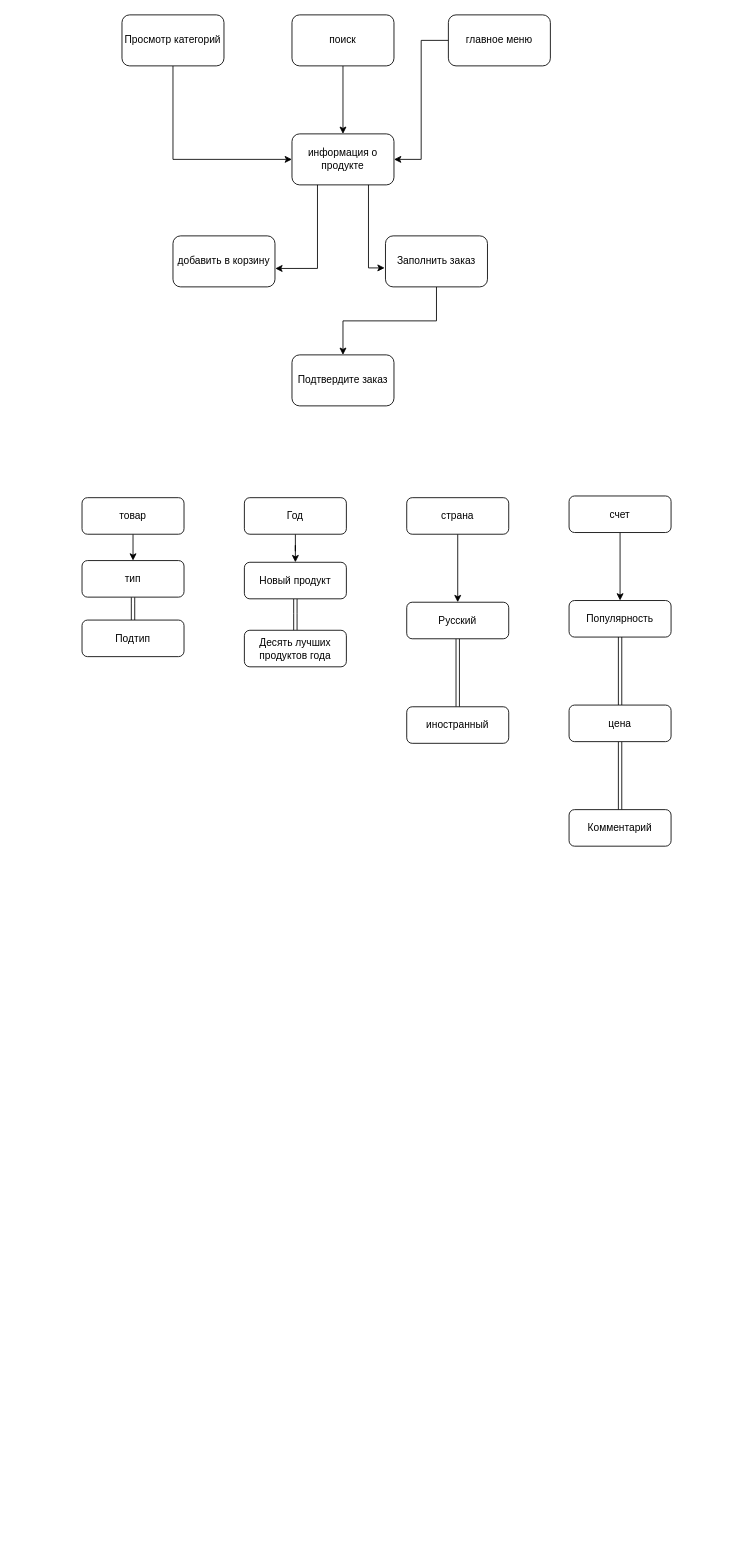
kroblus/draw_io keeps this draw.io diagram as 未命名绘图.drawio. Above is the earlier version. Source tidied: cells renumbered, new cells numbered last; positions are measured from the earlier drawing's top-left corner, leaving out a move shared by most shapes. Both pictures are drawn from the tidied source at 85%, with x=0, y=0 at pixel (82, 14).
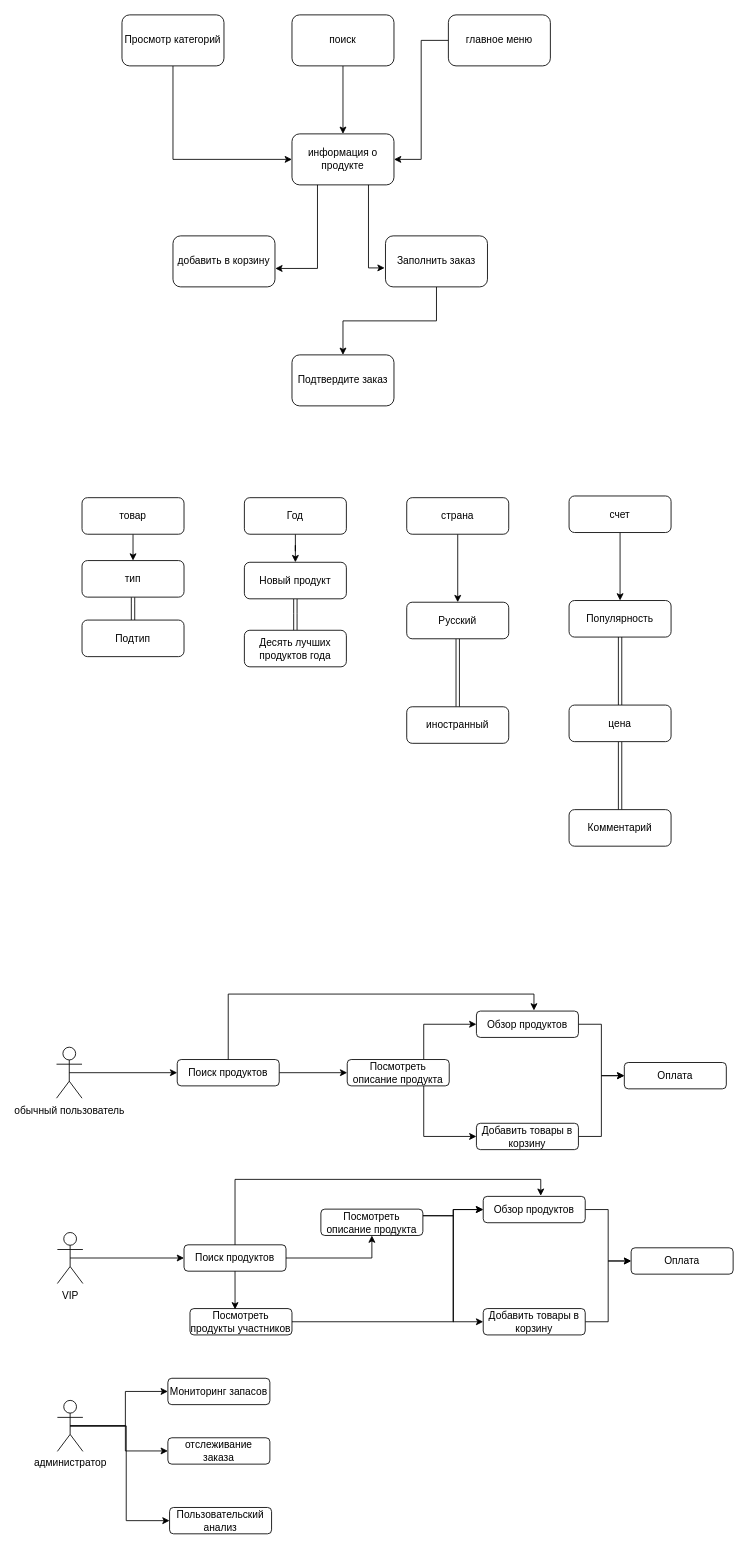
The same diagram, later.

Commit message:
更新未命名绘图.drawio

The edit, as a diff of the source:
```diff
@@
+    <mxCell id="37" style="edgeStyle=orthogonalEdgeStyle;rounded=0;jettySize=auto;html=1;exitX=0.5;exitY=0.5;exitDx=0;exitDy=0;exitPerimeter=0;entryX=0;entryY=0.5;entryDx=0;entryDy=0;" parent="1" edge="1" source="38" target="46">
+      <mxGeometry relative="1" as="geometry" />
+    </mxCell>
+    <mxCell id="38" value="обычный пользователь" style="shape=umlActor;verticalLabelPosition=bottom;verticalAlign=top;html=1;" parent="1" vertex="1">
+      <mxGeometry x="-30" y="1214.5" width="30" height="60" as="geometry" />
+    </mxCell>
+    <mxCell id="39" style="edgeStyle=orthogonalEdgeStyle;rounded=0;jettySize=auto;html=1;exitX=0.5;exitY=0.5;exitDx=0;exitDy=0;exitPerimeter=0;entryX=0;entryY=0.5;entryDx=0;entryDy=0;" parent="1" edge="1" source="40" target="57">
+      <mxGeometry relative="1" as="geometry" />
+    </mxCell>
+    <mxCell id="40" value="VIP" style="shape=umlActor;verticalLabelPosition=bottom;verticalAlign=top;html=1;" parent="1" vertex="1">
+      <mxGeometry x="-29" y="1432.5" width="30" height="60" as="geometry" />
+    </mxCell>
+    <mxCell id="41" style="edgeStyle=orthogonalEdgeStyle;rounded=0;jettySize=auto;html=1;exitX=0.5;exitY=0.5;exitDx=0;exitDy=0;exitPerimeter=0;entryX=0;entryY=0.5;entryDx=0;entryDy=0;" parent="1" edge="1" source="44" target="70">
+      <mxGeometry relative="1" as="geometry" />
+    </mxCell>
+    <mxCell id="42" style="edgeStyle=orthogonalEdgeStyle;rounded=0;jettySize=auto;html=1;exitX=0.5;exitY=0.5;exitDx=0;exitDy=0;exitPerimeter=0;" parent="1" edge="1" source="44" target="71">
+      <mxGeometry relative="1" as="geometry" />
+    </mxCell>
+    <mxCell id="43" style="edgeStyle=orthogonalEdgeStyle;rounded=0;jettySize=auto;html=1;exitX=0.5;exitY=0.5;exitDx=0;exitDy=0;exitPerimeter=0;entryX=0;entryY=0.5;entryDx=0;entryDy=0;" parent="1" edge="1" source="44" target="72">
+      <mxGeometry relative="1" as="geometry" />
+    </mxCell>
+    <mxCell id="44" value="администратор" style="shape=umlActor;verticalLabelPosition=bottom;verticalAlign=top;html=1;" parent="1" vertex="1">
+      <mxGeometry x="-29" y="1630" width="30" height="60" as="geometry" />
+    </mxCell>
+    <mxCell id="45" style="edgeStyle=orthogonalEdgeStyle;rounded=0;jettySize=auto;html=1;" parent="1" edge="1" source="46" target="49">
+      <mxGeometry relative="1" as="geometry" />
+    </mxCell>
+    <mxCell id="46" value="Поиск продуктов" style="rounded=1;whiteSpace=wrap;html=1;" parent="1" vertex="1">
+      <mxGeometry x="112" y="1229" width="120" height="31" as="geometry" />
+    </mxCell>
+    <mxCell id="47" style="edgeStyle=orthogonalEdgeStyle;rounded=0;jettySize=auto;html=1;exitX=0.75;exitY=0;exitDx=0;exitDy=0;entryX=0;entryY=0.5;entryDx=0;entryDy=0;" parent="1" edge="1" source="49" target="53">
+      <mxGeometry relative="1" as="geometry" />
+    </mxCell>
+    <mxCell id="48" style="edgeStyle=orthogonalEdgeStyle;rounded=0;jettySize=auto;html=1;exitX=0.75;exitY=1;exitDx=0;exitDy=0;entryX=0;entryY=0.5;entryDx=0;entryDy=0;" parent="1" edge="1" source="49" target="51">
+      <mxGeometry relative="1" as="geometry" />
+    </mxCell>
+    <mxCell id="49" value="Посмотреть описание продукта" style="rounded=1;whiteSpace=wrap;html=1;" parent="1" vertex="1">
+      <mxGeometry x="312" y="1229" width="120" height="31" as="geometry" />
+    </mxCell>
+    <mxCell id="50" style="edgeStyle=orthogonalEdgeStyle;rounded=0;jettySize=auto;html=1;exitX=1;exitY=0.5;exitDx=0;exitDy=0;entryX=0;entryY=0.5;entryDx=0;entryDy=0;" parent="1" edge="1" source="51" target="54">
+      <mxGeometry relative="1" as="geometry" />
+    </mxCell>
+    <mxCell id="51" value="Добавить товары в корзину" style="rounded=1;whiteSpace=wrap;html=1;" parent="1" vertex="1">
+      <mxGeometry x="464" y="1304" width="120" height="31" as="geometry" />
+    </mxCell>
+    <mxCell id="52" style="edgeStyle=orthogonalEdgeStyle;rounded=0;jettySize=auto;html=1;exitX=1;exitY=0.5;exitDx=0;exitDy=0;entryX=0;entryY=0.5;entryDx=0;entryDy=0;" parent="1" edge="1" source="53" target="54">
+      <mxGeometry relative="1" as="geometry" />
+    </mxCell>
+    <mxCell id="53" value="Обзор продуктов" style="rounded=1;whiteSpace=wrap;html=1;" parent="1" vertex="1">
+      <mxGeometry x="464" y="1172" width="120" height="31" as="geometry" />
+    </mxCell>
+    <mxCell id="54" value="Оплата" style="rounded=1;whiteSpace=wrap;html=1;" parent="1" vertex="1">
+      <mxGeometry x="638" y="1232.5" width="120" height="31" as="geometry" />
+    </mxCell>
+    <mxCell id="55" style="edgeStyle=orthogonalEdgeStyle;rounded=0;jettySize=auto;html=1;exitX=0.5;exitY=0;exitDx=0;exitDy=0;entryX=0.564;entryY=-0.022;entryDx=0;entryDy=0;entryPerimeter=0;" parent="1" edge="1" source="46" target="53">
+      <mxGeometry relative="1" as="geometry" />
+    </mxCell>
+    <mxCell id="56" style="edgeStyle=orthogonalEdgeStyle;rounded=0;jettySize=auto;html=1;" parent="1" edge="1" source="57" target="60">
+      <mxGeometry relative="1" as="geometry" />
+    </mxCell>
+    <mxCell id="57" value="Поиск продуктов" style="rounded=1;whiteSpace=wrap;html=1;" parent="1" vertex="1">
+      <mxGeometry x="120" y="1447" width="120" height="31" as="geometry" />
+    </mxCell>
+    <mxCell id="58" style="edgeStyle=orthogonalEdgeStyle;rounded=0;jettySize=auto;html=1;exitX=1;exitY=0.25;exitDx=0;exitDy=0;entryX=0;entryY=0.5;entryDx=0;entryDy=0;" parent="1" edge="1" source="60" target="64">
+      <mxGeometry relative="1" as="geometry" />
+    </mxCell>
+    <mxCell id="59" style="edgeStyle=orthogonalEdgeStyle;rounded=0;jettySize=auto;html=1;exitX=1;exitY=0.25;exitDx=0;exitDy=0;entryX=0;entryY=0.5;entryDx=0;entryDy=0;" parent="1" edge="1" source="60" target="62">
+      <mxGeometry relative="1" as="geometry" />
+    </mxCell>
+    <mxCell id="60" value="Посмотреть описание продукта" style="rounded=1;whiteSpace=wrap;html=1;" parent="1" vertex="1">
+      <mxGeometry x="281" y="1405" width="120" height="31" as="geometry" />
+    </mxCell>
+    <mxCell id="61" style="edgeStyle=orthogonalEdgeStyle;rounded=0;jettySize=auto;html=1;exitX=1;exitY=0.5;exitDx=0;exitDy=0;entryX=0;entryY=0.5;entryDx=0;entryDy=0;" parent="1" edge="1" source="62" target="65">
+      <mxGeometry relative="1" as="geometry" />
+    </mxCell>
+    <mxCell id="62" value="Добавить товары в корзину" style="rounded=1;whiteSpace=wrap;html=1;" parent="1" vertex="1">
+      <mxGeometry x="472" y="1522" width="120" height="31" as="geometry" />
+    </mxCell>
+    <mxCell id="63" style="edgeStyle=orthogonalEdgeStyle;rounded=0;jettySize=auto;html=1;exitX=1;exitY=0.5;exitDx=0;exitDy=0;entryX=0;entryY=0.5;entryDx=0;entryDy=0;" parent="1" edge="1" source="64" target="65">
+      <mxGeometry relative="1" as="geometry" />
+    </mxCell>
+    <mxCell id="64" value="Обзор продуктов" style="rounded=1;whiteSpace=wrap;html=1;" parent="1" vertex="1">
+      <mxGeometry x="472" y="1390" width="120" height="31" as="geometry" />
+    </mxCell>
+    <mxCell id="65" value="Оплата" style="rounded=1;whiteSpace=wrap;html=1;" parent="1" vertex="1">
+      <mxGeometry x="646" y="1450.5" width="120" height="31" as="geometry" />
+    </mxCell>
+    <mxCell id="66" style="edgeStyle=orthogonalEdgeStyle;rounded=0;jettySize=auto;html=1;exitX=0.5;exitY=0;exitDx=0;exitDy=0;entryX=0.564;entryY=-0.022;entryDx=0;entryDy=0;entryPerimeter=0;" parent="1" edge="1" source="57" target="64">
+      <mxGeometry relative="1" as="geometry" />
+    </mxCell>
+    <mxCell id="67" style="edgeStyle=orthogonalEdgeStyle;rounded=0;jettySize=auto;html=1;exitX=1;exitY=0.5;exitDx=0;exitDy=0;entryX=0;entryY=0.5;entryDx=0;entryDy=0;" parent="1" edge="1" source="68" target="64">
+      <mxGeometry relative="1" as="geometry">
+        <Array as="points">
+          <mxPoint x="437" y="1538" />
+          <mxPoint x="437" y="1406" />
+        </Array>
+      </mxGeometry>
+    </mxCell>
+    <mxCell id="68" value="Посмотреть продукты участников" style="rounded=1;whiteSpace=wrap;html=1;" parent="1" vertex="1">
+      <mxGeometry x="127" y="1522" width="120" height="31" as="geometry" />
+    </mxCell>
+    <mxCell id="69" style="edgeStyle=orthogonalEdgeStyle;rounded=0;jettySize=auto;html=1;exitX=0.5;exitY=1;exitDx=0;exitDy=0;entryX=0.442;entryY=0.032;entryDx=0;entryDy=0;entryPerimeter=0;" parent="1" edge="1" source="57" target="68">
+      <mxGeometry relative="1" as="geometry" />
+    </mxCell>
+    <mxCell id="70" value="Мониторинг запасов" style="rounded=1;whiteSpace=wrap;html=1;" parent="1" vertex="1">
+      <mxGeometry x="101" y="1604" width="120" height="31" as="geometry" />
+    </mxCell>
+    <mxCell id="71" value="отслеживание заказа" style="rounded=1;whiteSpace=wrap;html=1;" parent="1" vertex="1">
+      <mxGeometry x="101" y="1674" width="120" height="31" as="geometry" />
+    </mxCell>
+    <mxCell id="72" value="Пользовательский анализ" style="rounded=1;whiteSpace=wrap;html=1;" parent="1" vertex="1">
+      <mxGeometry x="103" y="1756" width="120" height="31" as="geometry" />
+    </mxCell>
```
